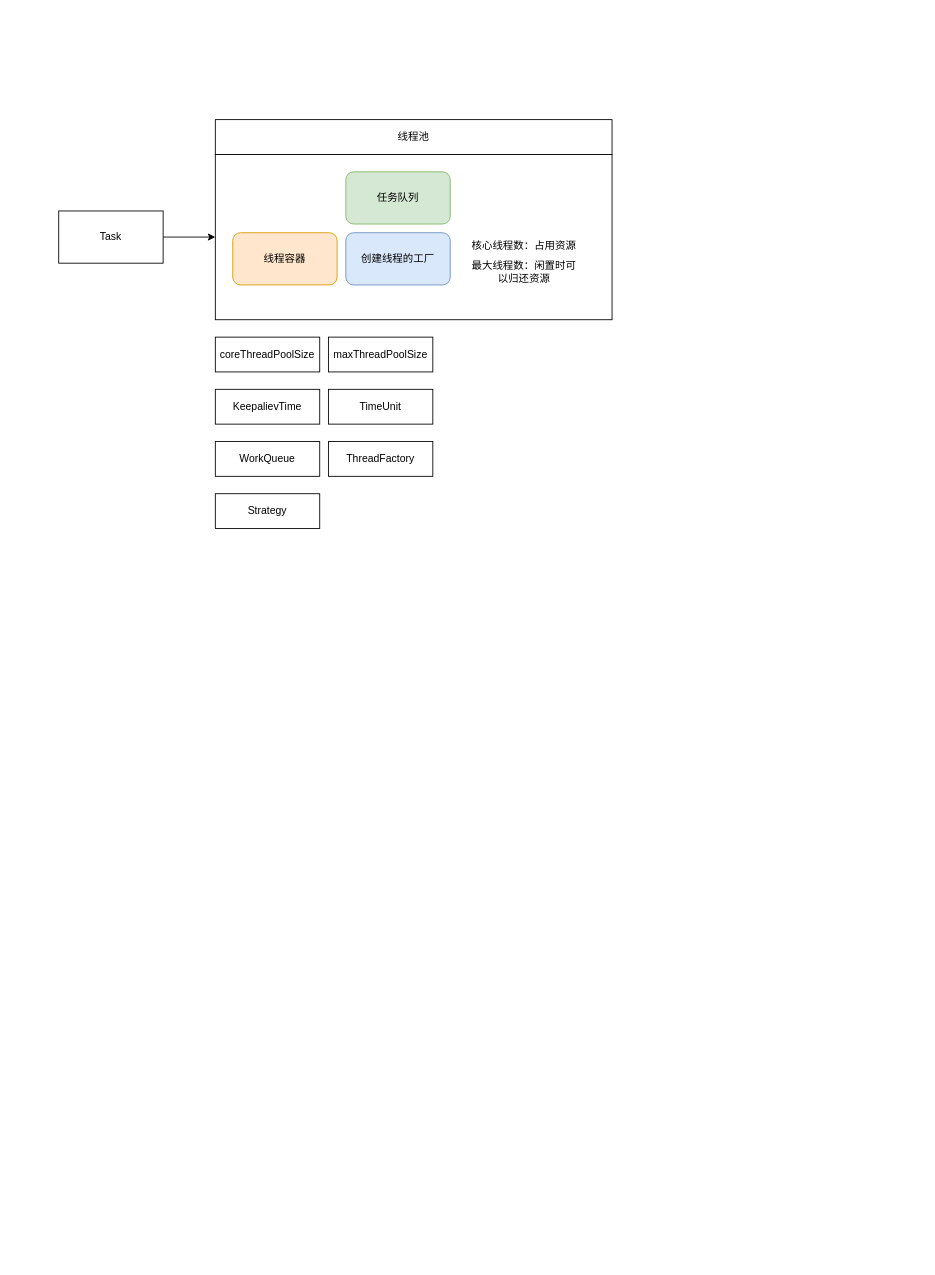
ALei-907/FM2MRepository keeps this draw.io diagram as JUC/src/main/java/com/alei/msb/teacherhuang/uml/ThreadPoolExecutor.drawio. Above is the earlier version. Source tidied: cells renumbered, new cells numbered last; positions are measured from the earlier drawing's top-left corner, leaving out a move shared by most shapes. Both pictures are drawn from the tidied source at 87%, with x=0, y=0 at pixel (58, 119).
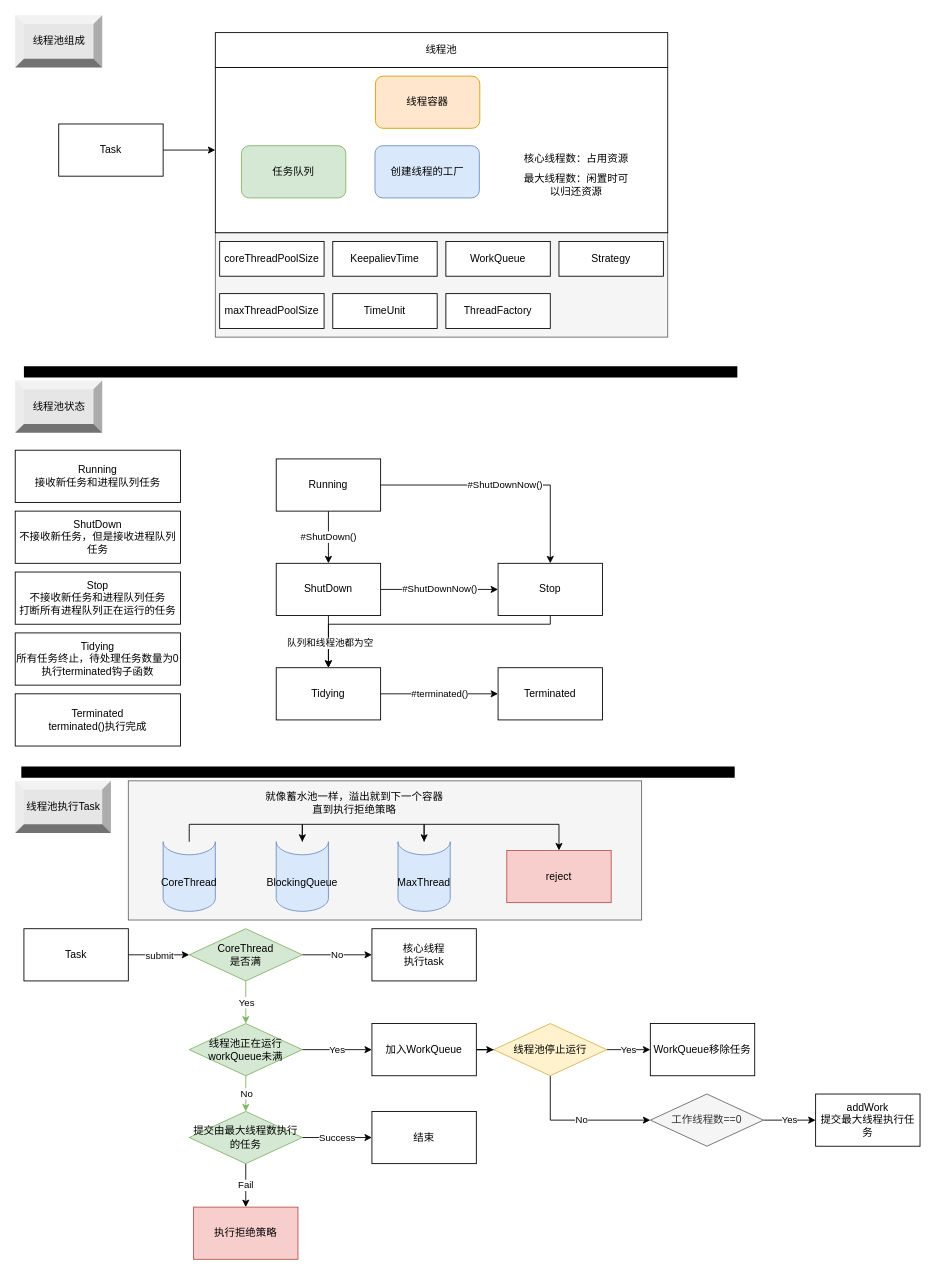
Above is the later version.

Commit message:
Update(ThreadPoolExecutor): 线程池执行Task

What changed in the source:
```diff
@@
+    <mxCell id="18" style="rounded=0;whiteSpace=wrap;html=1;fillColor=#f5f5f5;fontColor=#333333;strokeColor=#666666;" parent="1" vertex="1">
+      <mxGeometry x="80" y="760" width="590" height="160" as="geometry" />
+    </mxCell>
+    <mxCell id="19" style="rounded=0;whiteSpace=wrap;html=1;fillColor=#f5f5f5;fontColor=#333333;strokeColor=#666666;" parent="1" vertex="1">
+      <mxGeometry x="180" y="130" width="520" height="120" as="geometry" />
+    </mxCell>
     <mxCell id="2" style="rounded=0;whiteSpace=wrap;html=1;align=left;" parent="1" vertex="1">
-      <mxGeometry x="180" y="40" width="456" height="190" as="geometry" />
+      <mxGeometry x="180" y="-60" width="520" height="190" as="geometry" />
     </mxCell>
     <mxCell id="3" value="线程池" style="rounded=0;whiteSpace=wrap;html=1;" parent="1" vertex="1">
-      <mxGeometry x="180" width="456" height="40" as="geometry" />
+      <mxGeometry x="180" y="-100" width="520" height="40" as="geometry" />
     </mxCell>
     <mxCell id="4" value="任务队列" style="rounded=1;whiteSpace=wrap;html=1;fillColor=#d5e8d4;strokeColor=#82b366;" parent="1" vertex="1">
-      <mxGeometry x="330" y="60" width="120" height="60" as="geometry" />
+      <mxGeometry x="210" y="30" width="120" height="60" as="geometry" />
     </mxCell>
     <mxCell id="5" value="线程容器" style="rounded=1;whiteSpace=wrap;html=1;fillColor=#ffe6cc;strokeColor=#d79b00;" parent="1" vertex="1">
-      <mxGeometry x="200" y="130" width="120" height="60" as="geometry" />
+      <mxGeometry x="364" y="-50" width="120" height="60" as="geometry" />
     </mxCell>
     <mxCell id="6" value="创建线程的工厂" style="rounded=1;whiteSpace=wrap;html=1;fillColor=#dae8fc;strokeColor=#6c8ebf;" parent="1" vertex="1">
-      <mxGeometry x="330" y="130" width="120" height="60" as="geometry" />
+      <mxGeometry x="363.5" y="30" width="120" height="60" as="geometry" />
     </mxCell>
@@
     <mxCell id="8" value="Task" style="rounded=0;whiteSpace=wrap;html=1;" parent="1" vertex="1">
-      <mxGeometry y="105" width="120" height="60" as="geometry" />
+      <mxGeometry y="5" width="120" height="60" as="geometry" />
     </mxCell>
     <mxCell id="9" value="核心线程数：占用资源" style="text;html=1;strokeColor=none;fillColor=none;align=center;verticalAlign=middle;whiteSpace=wrap;rounded=0;" parent="1" vertex="1">
-      <mxGeometry x="470" y="130" width="130" height="30" as="geometry" />
+      <mxGeometry x="530" y="30" width="130" height="30" as="geometry" />
     </mxCell>
     <mxCell id="10" value="最大线程数：闲置时可以归还资源" style="text;html=1;strokeColor=none;fillColor=none;align=center;verticalAlign=middle;whiteSpace=wrap;rounded=0;" parent="1" vertex="1">
-      <mxGeometry x="470" y="160" width="130" height="30" as="geometry" />
+      <mxGeometry x="530" y="60" width="130" height="30" as="geometry" />
     </mxCell>
     <mxCell id="11" value="coreThreadPoolSize" style="rounded=0;whiteSpace=wrap;html=1;" parent="1" vertex="1">
-      <mxGeometry x="180" y="250" width="120" height="40" as="geometry" />
+      <mxGeometry x="185" y="140" width="120" height="40" as="geometry" />
     </mxCell>
     <mxCell id="12" value="maxThreadPoolSize" style="rounded=0;whiteSpace=wrap;html=1;" parent="1" vertex="1">
-      <mxGeometry x="310" y="250" width="120" height="40" as="geometry" />
+      <mxGeometry x="185" y="200" width="120" height="40" as="geometry" />
     </mxCell>
     <mxCell id="13" value="KeepalievTime" style="rounded=0;whiteSpace=wrap;html=1;" parent="1" vertex="1">
-      <mxGeometry x="180" y="310" width="120" height="40" as="geometry" />
+      <mxGeometry x="315" y="140" width="120" height="40" as="geometry" />
     </mxCell>
     <mxCell id="14" value="TimeUnit" style="rounded=0;whiteSpace=wrap;html=1;" parent="1" vertex="1">
-      <mxGeometry x="310" y="310" width="120" height="40" as="geometry" />
+      <mxGeometry x="315" y="200" width="120" height="40" as="geometry" />
     </mxCell>
     <mxCell id="15" value="ThreadFactory" style="rounded=0;whiteSpace=wrap;html=1;" parent="1" vertex="1">
-      <mxGeometry x="310" y="370" width="120" height="40" as="geometry" />
+      <mxGeometry x="445" y="200" width="120" height="40" as="geometry" />
     </mxCell>
     <mxCell id="16" value="Strategy" style="rounded=0;whiteSpace=wrap;html=1;" parent="1" vertex="1">
-      <mxGeometry x="180" y="430" width="120" height="40" as="geometry" />
+      <mxGeometry x="575" y="140" width="120" height="40" as="geometry" />
     </mxCell>
     <mxCell id="17" value="WorkQueue" style="rounded=0;whiteSpace=wrap;html=1;" parent="1" vertex="1">
-      <mxGeometry x="180" y="370" width="120" height="40" as="geometry" />
+      <mxGeometry x="445" y="140" width="120" height="40" as="geometry" />
     </mxCell>
+    <mxCell id="20" style="endArrow=none;html=1;rounded=0;strokeWidth=13;" parent="1" edge="1">
+      <mxGeometry relative="1" as="geometry">
+        <mxPoint x="-40" y="290" as="sourcePoint" />
+        <mxPoint x="780" y="290" as="targetPoint" />
+      </mxGeometry>
+    </mxCell>
+    <mxCell id="21" value="线程池组成" style="labelPosition=center;verticalLabelPosition=middle;align=center;html=1;shape=mxgraph.basic.shaded_button;dx=10;fillColor=#E6E6E6;strokeColor=none;" parent="1" vertex="1">
+      <mxGeometry x="-50" y="-120" width="100" height="60" as="geometry" />
+    </mxCell>
+    <mxCell id="22" value="线程池状态" style="labelPosition=center;verticalLabelPosition=middle;align=center;html=1;shape=mxgraph.basic.shaded_button;dx=10;fillColor=#E6E6E6;strokeColor=none;" parent="1" vertex="1">
+      <mxGeometry x="-50" y="300" width="100" height="60" as="geometry" />
+    </mxCell>
+    <mxCell id="23" value="Running&lt;br&gt;接收新任务和进程队列任务" style="rounded=0;whiteSpace=wrap;html=1;" parent="1" vertex="1">
+      <mxGeometry x="-50" y="380" width="190" height="60" as="geometry" />
+    </mxCell>
+    <mxCell id="24" value="ShutDown&lt;br&gt;不接收新任务，但是接收进程队列任务" style="rounded=0;whiteSpace=wrap;html=1;" parent="1" vertex="1">
+      <mxGeometry x="-50" y="450" width="190" height="60" as="geometry" />
+    </mxCell>
+    <mxCell id="25" value="Stop&lt;br&gt;不接收新任务和进程队列任务&lt;br&gt;打断所有进程队列正在运行的任务" style="rounded=0;whiteSpace=wrap;html=1;" parent="1" vertex="1">
+      <mxGeometry x="-50" y="520" width="190" height="60" as="geometry" />
+    </mxCell>
+    <mxCell id="26" value="Tidying&lt;br&gt;所有任务终止，待处理任务数量为0&lt;br&gt;执行terminated钩子函数" style="rounded=0;whiteSpace=wrap;html=1;" parent="1" vertex="1">
+      <mxGeometry x="-50" y="590" width="190" height="60" as="geometry" />
+    </mxCell>
+    <mxCell id="27" value="Terminated&lt;br&gt;terminated()执行完成" style="rounded=0;whiteSpace=wrap;html=1;" parent="1" vertex="1">
+      <mxGeometry x="-50" y="660" width="190" height="60" as="geometry" />
+    </mxCell>
+    <mxCell id="28" value="&lt;span style=&quot;color: rgb(0, 0, 0); font-family: Helvetica; font-size: 11px; font-style: normal; font-variant-ligatures: normal; font-variant-caps: normal; font-weight: 400; letter-spacing: normal; orphans: 2; text-align: center; text-indent: 0px; text-transform: none; widows: 2; word-spacing: 0px; -webkit-text-stroke-width: 0px; background-color: rgb(255, 255, 255); text-decoration-thickness: initial; text-decoration-style: initial; text-decoration-color: initial; float: none; display: inline !important;&quot;&gt;#ShutDown()&lt;/span&gt;" style="edgeStyle=orthogonalEdgeStyle;rounded=0;jettySize=auto;html=1;strokeWidth=1;" parent="1" edge="1" source="30" target="33">
+      <mxGeometry relative="1" as="geometry" />
+    </mxCell>
+    <mxCell id="29" value="&lt;span style=&quot;color: rgb(0, 0, 0); font-family: Helvetica; font-size: 11px; font-style: normal; font-variant-ligatures: normal; font-variant-caps: normal; font-weight: 400; letter-spacing: normal; orphans: 2; text-align: center; text-indent: 0px; text-transform: none; widows: 2; word-spacing: 0px; -webkit-text-stroke-width: 0px; background-color: rgb(255, 255, 255); text-decoration-thickness: initial; text-decoration-style: initial; text-decoration-color: initial; float: none; display: inline !important;&quot;&gt;#ShutDownNow()&lt;/span&gt;" style="edgeStyle=orthogonalEdgeStyle;rounded=0;jettySize=auto;html=1;exitX=1;exitY=0.5;exitDx=0;exitDy=0;strokeWidth=1;" parent="1" edge="1" source="30" target="36">
+      <mxGeometry relative="1" as="geometry" />
+    </mxCell>
+    <mxCell id="30" value="Running" style="rounded=0;whiteSpace=wrap;html=1;" parent="1" vertex="1">
+      <mxGeometry x="250" y="390" width="120" height="60" as="geometry" />
+    </mxCell>
+    <mxCell id="31" value="&lt;span style=&quot;color: rgb(0, 0, 0); font-family: Helvetica; font-size: 11px; font-style: normal; font-variant-ligatures: normal; font-variant-caps: normal; font-weight: 400; letter-spacing: normal; orphans: 2; text-align: center; text-indent: 0px; text-transform: none; widows: 2; word-spacing: 0px; -webkit-text-stroke-width: 0px; background-color: rgb(255, 255, 255); text-decoration-thickness: initial; text-decoration-style: initial; text-decoration-color: initial; float: none; display: inline !important;&quot;&gt;#ShutDownNow()&lt;/span&gt;" style="edgeStyle=orthogonalEdgeStyle;rounded=0;jettySize=auto;html=1;strokeWidth=1;" parent="1" edge="1" source="33" target="36">
+      <mxGeometry relative="1" as="geometry" />
+    </mxCell>
+    <mxCell id="32" style="edgeStyle=orthogonalEdgeStyle;rounded=0;jettySize=auto;html=1;strokeWidth=1;" parent="1" edge="1" source="33" target="38">
+      <mxGeometry relative="1" as="geometry" />
+    </mxCell>
+    <mxCell id="33" value="ShutDown" style="rounded=0;whiteSpace=wrap;html=1;" parent="1" vertex="1">
+      <mxGeometry x="250" y="510" width="120" height="60" as="geometry" />
+    </mxCell>
+    <mxCell id="34" style="edgeStyle=orthogonalEdgeStyle;rounded=0;jettySize=auto;html=1;exitX=0.5;exitY=1;exitDx=0;exitDy=0;entryX=0.5;entryY=0;entryDx=0;entryDy=0;strokeWidth=1;" parent="1" edge="1" source="36" target="38">
+      <mxGeometry relative="1" as="geometry">
+        <Array as="points">
+          <mxPoint x="565" y="580" />
+          <mxPoint x="310" y="580" />
+        </Array>
+      </mxGeometry>
+    </mxCell>
+    <mxCell id="35" value="队列和线程池都为空" style="edgeLabel;html=1;align=center;verticalAlign=middle;" parent="34" vertex="1">
+      <mxGeometry x="0.81" y="1" relative="1" as="geometry">
+        <mxPoint y="1" as="offset" />
+      </mxGeometry>
+    </mxCell>
+    <mxCell id="36" value="Stop" style="rounded=0;whiteSpace=wrap;html=1;" parent="1" vertex="1">
+      <mxGeometry x="505" y="510" width="120" height="60" as="geometry" />
+    </mxCell>
+    <mxCell id="37" value="&lt;span style=&quot;color: rgb(0, 0, 0); font-family: Helvetica; font-size: 11px; font-style: normal; font-variant-ligatures: normal; font-variant-caps: normal; font-weight: 400; letter-spacing: normal; orphans: 2; text-align: center; text-indent: 0px; text-transform: none; widows: 2; word-spacing: 0px; -webkit-text-stroke-width: 0px; background-color: rgb(255, 255, 255); text-decoration-thickness: initial; text-decoration-style: initial; text-decoration-color: initial; float: none; display: inline !important;&quot;&gt;#terminated()&lt;/span&gt;" style="edgeStyle=orthogonalEdgeStyle;rounded=0;jettySize=auto;html=1;strokeWidth=1;" parent="1" edge="1" source="38" target="39">
+      <mxGeometry relative="1" as="geometry" />
+    </mxCell>
+    <mxCell id="38" value="Tidying" style="rounded=0;whiteSpace=wrap;html=1;" parent="1" vertex="1">
+      <mxGeometry x="250" y="630" width="120" height="60" as="geometry" />
+    </mxCell>
+    <mxCell id="39" value="Terminated" style="rounded=0;whiteSpace=wrap;html=1;" parent="1" vertex="1">
+      <mxGeometry x="505" y="630" width="120" height="60" as="geometry" />
+    </mxCell>
+    <mxCell id="40" style="endArrow=none;html=1;rounded=0;strokeWidth=13;" parent="1" edge="1">
+      <mxGeometry relative="1" as="geometry">
+        <mxPoint x="-43" y="750" as="sourcePoint" />
+        <mxPoint x="777" y="750" as="targetPoint" />
+      </mxGeometry>
+    </mxCell>
+    <mxCell id="41" value="线程池执行Task" style="labelPosition=center;verticalLabelPosition=middle;align=center;html=1;shape=mxgraph.basic.shaded_button;dx=10;fillColor=#E6E6E6;strokeColor=none;" parent="1" vertex="1">
+      <mxGeometry x="-50" y="760" width="110" height="60" as="geometry" />
+    </mxCell>
+    <mxCell id="42" value="核心线程&lt;br&gt;执行task" style="rounded=0;whiteSpace=wrap;html=1;" parent="1" vertex="1">
+      <mxGeometry x="360" y="930" width="120" height="60" as="geometry" />
+    </mxCell>
+    <mxCell id="43" value="No" style="edgeStyle=orthogonalEdgeStyle;rounded=0;jettySize=auto;html=1;strokeWidth=1;" parent="1" edge="1" source="45" target="42">
+      <mxGeometry relative="1" as="geometry" />
+    </mxCell>
+    <mxCell id="44" value="Yes" style="edgeStyle=orthogonalEdgeStyle;rounded=0;jettySize=auto;html=1;strokeWidth=1;fillColor=#d5e8d4;strokeColor=#82b366;" parent="1" edge="1" source="45">
+      <mxGeometry relative="1" as="geometry">
+        <mxPoint x="215" y="1039" as="targetPoint" />
+      </mxGeometry>
+    </mxCell>
+    <mxCell id="45" value="CoreThread&lt;br&gt;是否满" style="rhombus;whiteSpace=wrap;html=1;fillColor=#d5e8d4;strokeColor=#82b366;" parent="1" vertex="1">
+      <mxGeometry x="150" y="930" width="130" height="60" as="geometry" />
+    </mxCell>
+    <mxCell id="46" value="Yes" style="edgeStyle=orthogonalEdgeStyle;rounded=0;jettySize=auto;html=1;strokeWidth=1;entryX=0;entryY=0.5;entryDx=0;entryDy=0;" parent="1" edge="1" source="48" target="53">
+      <mxGeometry relative="1" as="geometry" />
+    </mxCell>
+    <mxCell id="47" value="No" style="edgeStyle=orthogonalEdgeStyle;rounded=0;jettySize=auto;html=1;strokeWidth=1;fillColor=#d5e8d4;strokeColor=#82b366;" parent="1" edge="1" source="48">
+      <mxGeometry relative="1" as="geometry">
+        <mxPoint x="215" y="1140" as="targetPoint" />
+      </mxGeometry>
+    </mxCell>
+    <mxCell id="48" value="线程池正在运行&lt;br&gt;workQueue未满" style="rhombus;whiteSpace=wrap;html=1;fillColor=#d5e8d4;strokeColor=#82b366;" parent="1" vertex="1">
+      <mxGeometry x="150" y="1039" width="130" height="60" as="geometry" />
+    </mxCell>
+    <mxCell id="49" style="edgeStyle=orthogonalEdgeStyle;rounded=0;jettySize=auto;html=1;strokeWidth=1;" parent="1" edge="1" source="51" target="45">
+      <mxGeometry relative="1" as="geometry" />
+    </mxCell>
+    <mxCell id="50" value="submit" style="edgeLabel;html=1;align=center;verticalAlign=middle;" parent="49" vertex="1">
+      <mxGeometry relative="1" as="geometry" />
+    </mxCell>
+    <mxCell id="51" value="Task" style="rounded=0;whiteSpace=wrap;html=1;" parent="1" vertex="1">
+      <mxGeometry x="-40" y="930" width="120" height="60" as="geometry" />
+    </mxCell>
+    <mxCell id="52" style="edgeStyle=orthogonalEdgeStyle;rounded=0;jettySize=auto;html=1;strokeWidth=1;entryX=0;entryY=0.5;entryDx=0;entryDy=0;" parent="1" edge="1" source="53" target="57">
+      <mxGeometry relative="1" as="geometry" />
+    </mxCell>
+    <mxCell id="53" value="加入WorkQueue" style="rounded=0;whiteSpace=wrap;html=1;" parent="1" vertex="1">
+      <mxGeometry x="360" y="1039" width="120" height="60" as="geometry" />
+    </mxCell>
+    <mxCell id="54" value="Yes" style="edgeStyle=orthogonalEdgeStyle;rounded=0;jettySize=auto;html=1;strokeWidth=1;" parent="1" edge="1" source="57" target="58">
+      <mxGeometry relative="1" as="geometry" />
+    </mxCell>
+    <mxCell id="55" style="edgeStyle=orthogonalEdgeStyle;rounded=0;jettySize=auto;html=1;entryX=0;entryY=0.5;entryDx=0;entryDy=0;strokeWidth=1;exitX=0.5;exitY=1;exitDx=0;exitDy=0;" parent="1" edge="1" source="57" target="65">
+      <mxGeometry relative="1" as="geometry" />
+    </mxCell>
+    <mxCell id="56" value="No" style="edgeLabel;html=1;align=center;verticalAlign=middle;" parent="55" vertex="1">
+      <mxGeometry x="0.04" y="2" relative="1" as="geometry">
+        <mxPoint y="1" as="offset" />
+      </mxGeometry>
+    </mxCell>
+    <mxCell id="57" value="线程池停止运行" style="rhombus;whiteSpace=wrap;html=1;fillColor=#fff2cc;strokeColor=#d6b656;" parent="1" vertex="1">
+      <mxGeometry x="500" y="1039" width="130" height="60" as="geometry" />
+    </mxCell>
+    <mxCell id="58" value="WorkQueue移除任务" style="whiteSpace=wrap;html=1;" parent="1" vertex="1">
+      <mxGeometry x="680" y="1039" width="120" height="60" as="geometry" />
+    </mxCell>
+    <mxCell id="59" value="Fail" style="edgeStyle=orthogonalEdgeStyle;rounded=0;jettySize=auto;html=1;strokeWidth=1;" parent="1" edge="1" source="61" target="62">
+      <mxGeometry relative="1" as="geometry" />
+    </mxCell>
+    <mxCell id="60" value="Success" style="edgeStyle=orthogonalEdgeStyle;rounded=0;jettySize=auto;html=1;strokeWidth=1;" parent="1" edge="1" source="61" target="63">
+      <mxGeometry relative="1" as="geometry" />
+    </mxCell>
+    <mxCell id="61" value="提交由最大线程数执行的任务" style="rhombus;whiteSpace=wrap;html=1;fillColor=#d5e8d4;strokeColor=#82b366;" parent="1" vertex="1">
+      <mxGeometry x="150" y="1140" width="130" height="60" as="geometry" />
+    </mxCell>
+    <mxCell id="62" value="执行拒绝策略" style="whiteSpace=wrap;html=1;fillColor=#f8cecc;strokeColor=#b85450;" parent="1" vertex="1">
+      <mxGeometry x="155" y="1250" width="120" height="60" as="geometry" />
+    </mxCell>
+    <mxCell id="63" value="结束" style="whiteSpace=wrap;html=1;" parent="1" vertex="1">
+      <mxGeometry x="360" y="1140" width="120" height="60" as="geometry" />
+    </mxCell>
+    <mxCell id="64" value="Yes" style="edgeStyle=orthogonalEdgeStyle;rounded=0;jettySize=auto;html=1;strokeWidth=1;" parent="1" edge="1" source="65" target="66">
+      <mxGeometry relative="1" as="geometry" />
+    </mxCell>
+    <mxCell id="65" value="工作线程数==0" style="rhombus;whiteSpace=wrap;html=1;fillColor=#f5f5f5;fontColor=#333333;strokeColor=#666666;" parent="1" vertex="1">
+      <mxGeometry x="680" y="1120" width="130" height="60" as="geometry" />
+    </mxCell>
+    <mxCell id="66" value="addWork&lt;br&gt;提交最大线程执行任务" style="whiteSpace=wrap;html=1;" parent="1" vertex="1">
+      <mxGeometry x="870" y="1120" width="120" height="60" as="geometry" />
+    </mxCell>
+    <mxCell id="67" style="edgeStyle=orthogonalEdgeStyle;rounded=0;jettySize=auto;html=1;entryX=0.5;entryY=0;entryDx=0;entryDy=0;entryPerimeter=0;strokeWidth=1;exitX=0.5;exitY=0;exitDx=0;exitDy=0;exitPerimeter=0;fillColor=#dae8fc;strokeColor=#000000;" parent="1" edge="1" source="68" target="70">
+      <mxGeometry relative="1" as="geometry" />
+    </mxCell>
+    <mxCell id="68" value="CoreThread" style="shape=cylinder3;whiteSpace=wrap;html=1;boundedLbl=1;backgroundOutline=1;size=15;lid=0;fillColor=#dae8fc;strokeColor=#6c8ebf;" parent="1" vertex="1">
+      <mxGeometry x="120" y="830" width="60" height="80" as="geometry" />
+    </mxCell>
+    <mxCell id="69" style="edgeStyle=orthogonalEdgeStyle;rounded=0;jettySize=auto;html=1;entryX=0.5;entryY=0;entryDx=0;entryDy=0;entryPerimeter=0;strokeWidth=1;exitX=0.5;exitY=0;exitDx=0;exitDy=0;exitPerimeter=0;fillColor=#dae8fc;strokeColor=#000000;" parent="1" edge="1" source="70" target="72">
+      <mxGeometry relative="1" as="geometry" />
+    </mxCell>
+    <mxCell id="70" value="BlockingQueue" style="shape=cylinder3;whiteSpace=wrap;html=1;boundedLbl=1;backgroundOutline=1;size=15;lid=0;fillColor=#dae8fc;strokeColor=#6c8ebf;" parent="1" vertex="1">
+      <mxGeometry x="250" y="830" width="60" height="80" as="geometry" />
+    </mxCell>
+    <mxCell id="71" style="edgeStyle=orthogonalEdgeStyle;rounded=0;jettySize=auto;html=1;entryX=0.5;entryY=0;entryDx=0;entryDy=0;strokeWidth=1;exitX=0.5;exitY=0;exitDx=0;exitDy=0;exitPerimeter=0;" parent="1" edge="1" source="72" target="73">
+      <mxGeometry relative="1" as="geometry" />
+    </mxCell>
+    <mxCell id="72" value="MaxThread" style="shape=cylinder3;whiteSpace=wrap;html=1;boundedLbl=1;backgroundOutline=1;size=15;lid=0;fillColor=#dae8fc;strokeColor=#6c8ebf;" parent="1" vertex="1">
+      <mxGeometry x="390" y="830" width="60" height="80" as="geometry" />
+    </mxCell>
+    <mxCell id="73" value="reject" style="rounded=0;whiteSpace=wrap;html=1;fillColor=#f8cecc;strokeColor=#b85450;" parent="1" vertex="1">
+      <mxGeometry x="515" y="840" width="120" height="60" as="geometry" />
+    </mxCell>
+    <mxCell id="74" value="就像蓄水池一样，溢出就到下一个容器&lt;br&gt;直到执行拒绝策略" style="text;html=1;strokeColor=none;fillColor=none;align=center;verticalAlign=middle;whiteSpace=wrap;rounded=0;" parent="1" vertex="1">
+      <mxGeometry x="195" y="770" width="290" height="30" as="geometry" />
+    </mxCell>
```
